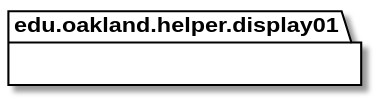
Earlier version of the PlantUML export docs/uml-class-diagrams/display01/helper/Display01HelperPackage_DirectDependencies.svg (andrewdimmer/csi-3370-software-project).
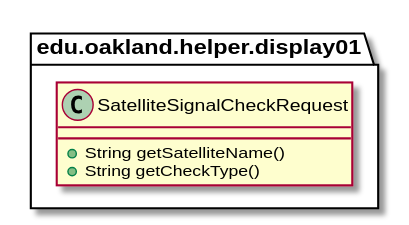
Later version of the same file.

What changed in the source:
```diff
@@ -10,4 +10,16 @@
 }
 
 
+package edu.oakland.helper.display01 {
+    class SatelliteSignalCheckRequest {
+        + String getSatelliteName()
+        + String getCheckType()
+    }
+}
+
+
+
+
+
+
 @enduml
```
